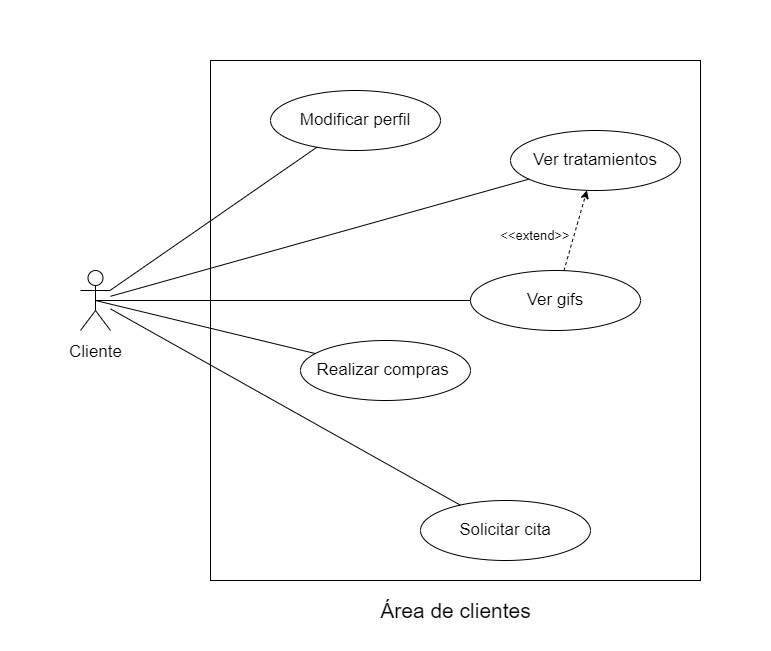
mpadillatabuenca/Proyecto-IR-Cinetica keeps this draw.io diagram as Proyecto remus/images/$Casos_de_uso_area_de_clientes.png. Above is the earlier version. Source tidied: cells renumbered, new cells last; positions are measured from the earlier drawing's top-left corner, leaving out a move shared by most shapes.
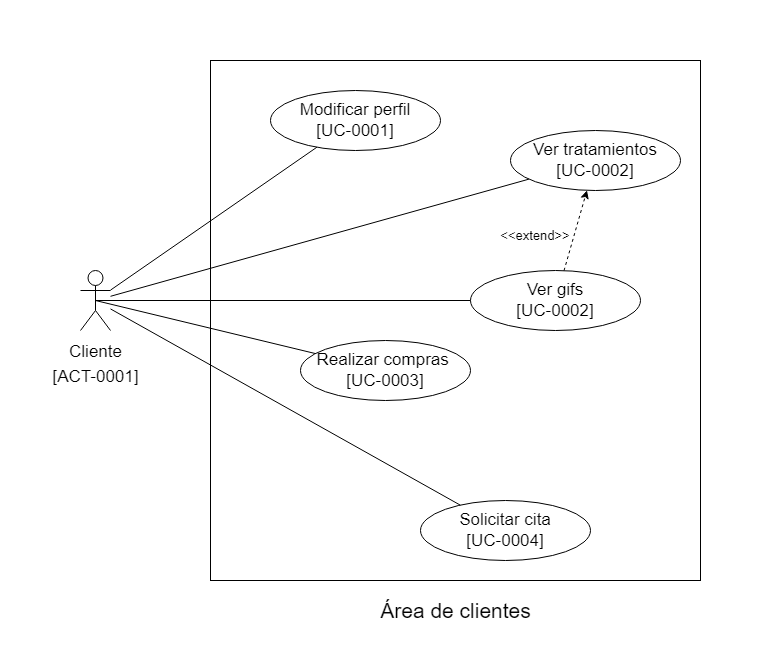
Later version of the same file.

The edit, as a diff of the source:
```diff
@@ -11,34 +11,34 @@
     <mxCell id="4" value="&lt;font style=&quot;font-size: 21px&quot;&gt;Área de clientes&lt;/font&gt;" style="text;html=1;align=center;verticalAlign=middle;strokeColor=none;fillColor=none;" parent="1" vertex="1">
       <mxGeometry x="370" y="600" width="170" height="20" as="geometry" />
     </mxCell>
-    <mxCell id="5" value="&lt;font style=&quot;font-size: 17px&quot;&gt;Cliente&lt;/font&gt;" style="shape=umlActor;verticalLabelPosition=bottom;verticalAlign=top;html=1;outlineConnect=0;fontSize=21;" parent="1" vertex="1">
+    <mxCell id="5" value="&lt;span style=&quot;font-size: 17px&quot;&gt;Cliente&lt;br&gt;[ACT-0001]&lt;br&gt;&lt;/span&gt;" style="shape=umlActor;verticalLabelPosition=bottom;verticalAlign=top;html=1;outlineConnect=0;fontSize=21;" parent="1" vertex="1">
       <mxGeometry x="80" y="270" width="30" height="60" as="geometry" />
     </mxCell>
-    <mxCell id="6" value="Modificar perfil" style="ellipse;whiteSpace=wrap;html=1;fontSize=17;" parent="1" vertex="1">
+    <mxCell id="6" value="Modificar perfil&lt;br&gt;[UC-0001]" style="ellipse;whiteSpace=wrap;html=1;fontSize=17;" parent="1" vertex="1">
       <mxGeometry x="270" y="90" width="170" height="60" as="geometry" />
     </mxCell>
     <mxCell id="7" style="endArrow=none;html=1;rounded=0;fontSize=16;" parent="1" edge="1" source="5" target="6">
       <mxGeometry relative="1" as="geometry" />
     </mxCell>
-    <mxCell id="8" value="Ver tratamientos" style="ellipse;whiteSpace=wrap;html=1;fontSize=17;" parent="1" vertex="1">
+    <mxCell id="8" value="Ver tratamientos&lt;br&gt;[UC-0002]" style="ellipse;whiteSpace=wrap;html=1;fontSize=17;" parent="1" vertex="1">
       <mxGeometry x="510" y="130" width="170" height="60" as="geometry" />
     </mxCell>
     <mxCell id="9" style="endArrow=none;html=1;rounded=0;fontSize=16;" parent="1" edge="1" source="5" target="8">
       <mxGeometry relative="1" as="geometry" />
     </mxCell>
-    <mxCell id="10" value="Solicitar cita" style="ellipse;whiteSpace=wrap;html=1;fontSize=17;" parent="1" vertex="1">
+    <mxCell id="10" value="Solicitar cita&lt;br&gt;[UC-0004]" style="ellipse;whiteSpace=wrap;html=1;fontSize=17;" parent="1" vertex="1">
       <mxGeometry x="420" y="500" width="170" height="60" as="geometry" />
     </mxCell>
     <mxCell id="11" style="endArrow=none;html=1;rounded=0;fontSize=16;" parent="1" edge="1" source="5" target="10">
       <mxGeometry relative="1" as="geometry" />
     </mxCell>
-    <mxCell id="12" value="Realizar compras&amp;nbsp;" style="ellipse;whiteSpace=wrap;html=1;fontSize=17;" parent="1" vertex="1">
+    <mxCell id="12" value="Realizar compras&amp;nbsp;&lt;br&gt;[UC-0003]" style="ellipse;whiteSpace=wrap;html=1;fontSize=17;" parent="1" vertex="1">
       <mxGeometry x="300" y="340" width="170" height="60" as="geometry" />
     </mxCell>
     <mxCell id="13" style="endArrow=none;html=1;rounded=0;fontSize=16;exitX=0.5;exitY=0.5;exitDx=0;exitDy=0;exitPerimeter=0;" parent="1" edge="1" source="5" target="12">
       <mxGeometry relative="1" as="geometry" />
     </mxCell>
-    <mxCell id="14" value="Ver gifs" style="ellipse;whiteSpace=wrap;html=1;fontSize=17;" parent="1" vertex="1">
+    <mxCell id="14" value="Ver gifs&lt;br&gt;[UC-0002]" style="ellipse;whiteSpace=wrap;html=1;fontSize=17;" parent="1" vertex="1">
       <mxGeometry x="470" y="270" width="170" height="60" as="geometry" />
     </mxCell>
     <mxCell id="15" style="endArrow=none;html=1;rounded=0;exitX=0.5;exitY=0.5;exitDx=0;exitDy=0;exitPerimeter=0;" parent="1" edge="1" source="5" target="14">
```
